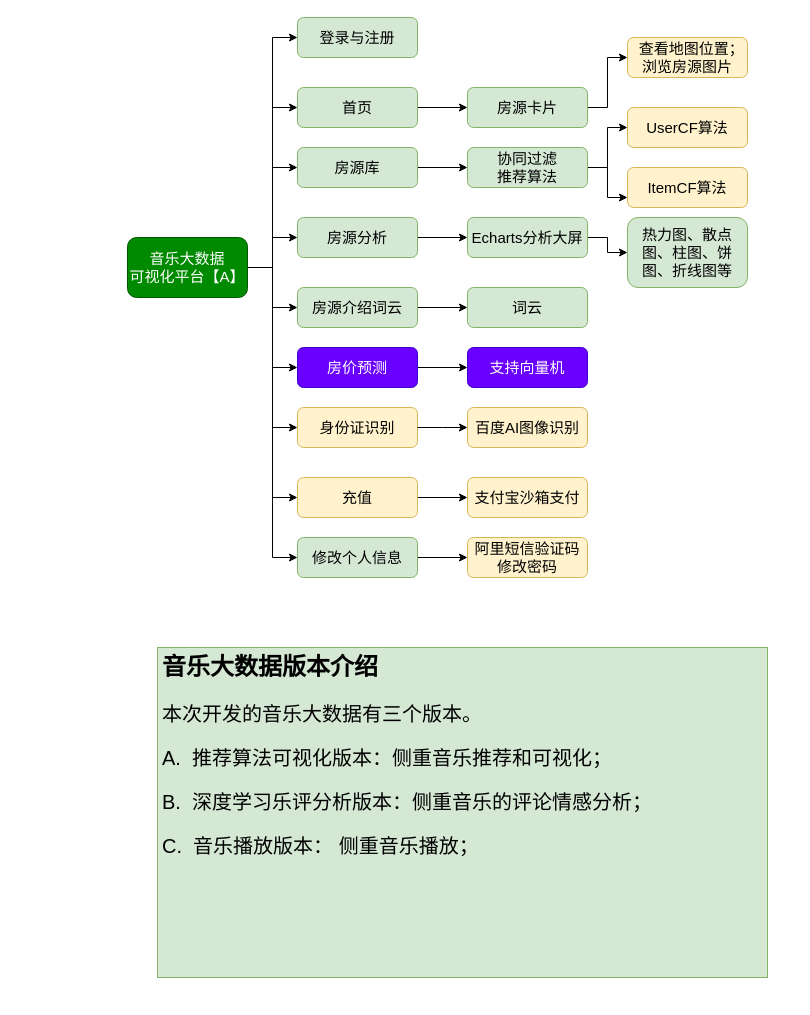
This is flask-音乐大数据【A】.drawio from redcomet88/DRAW, a draw.io file, before an edit. Source tidied: cells renumbered, new cells numbered last; positions are measured from the earlier drawing's top-left corner, leaving out a move shared by most shapes. Both pictures are drawn from the tidied source at 100%, with x=0, y=0 at pixel (127, 17).
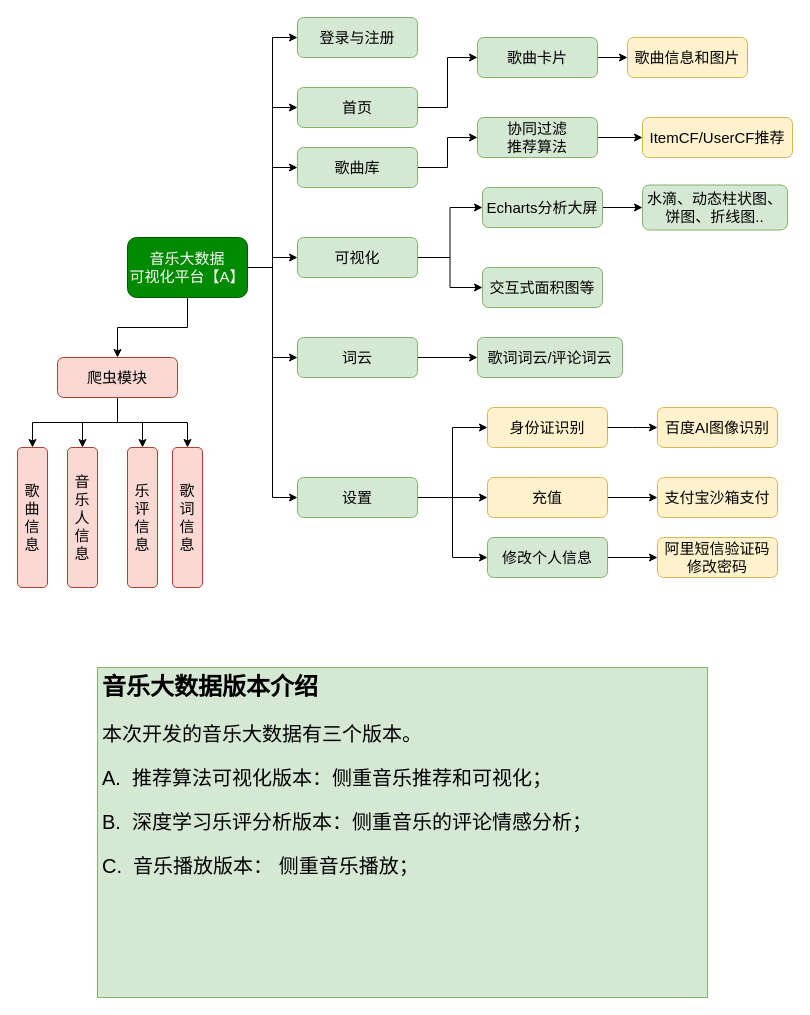
The same page after the edit.

Commit message:
Update flask-音乐大数据【A】.drawio

The change refers to these unchanged cells:
```xml
<mxCell id="11" value="音乐大数据&lt;br&gt;可视化平台【A】" style="rounded=1;whiteSpace=wrap;html=1;fontSize=15;fillColor=#008a00;strokeColor=#005700;fontColor=#ffffff;" parent="1" vertex="1">
  <mxGeometry y="220" width="120" height="60" as="geometry" />
</mxCell>
```

What changed in the source:
```diff
@@
-    <mxCell id="6" style="edgeStyle=orthogonalEdgeStyle;rounded=0;jettySize=auto;html=1;exitX=1;exitY=0.5;exitDx=0;exitDy=0;entryX=0;entryY=0.5;entryDx=0;entryDy=0;" parent="1" edge="1" source="11" target="21">
+    <mxCell id="6" style="edgeStyle=orthogonalEdgeStyle;rounded=0;jettySize=auto;html=1;entryX=0;entryY=0.5;entryDx=0;entryDy=0;exitX=1;exitY=0.5;exitDx=0;exitDy=0;" parent="1" edge="1" source="58" target="21">
       <mxGeometry relative="1" as="geometry" />
     </mxCell>
@@
-    <mxCell id="8" style="edgeStyle=orthogonalEdgeStyle;rounded=0;jettySize=auto;html=1;exitX=1;exitY=0.5;exitDx=0;exitDy=0;entryX=0;entryY=0.5;entryDx=0;entryDy=0;" parent="1" edge="1" source="11" target="33">
+    <mxCell id="8" style="edgeStyle=orthogonalEdgeStyle;rounded=0;jettySize=auto;html=1;exitX=1;exitY=0.5;exitDx=0;exitDy=0;entryX=0;entryY=0.5;entryDx=0;entryDy=0;" parent="1" edge="1" source="58" target="33">
       <mxGeometry relative="1" as="geometry" />
     </mxCell>
-    <mxCell id="9" style="edgeStyle=orthogonalEdgeStyle;rounded=0;jettySize=auto;html=1;exitX=1;exitY=0.5;exitDx=0;exitDy=0;entryX=0;entryY=0.5;entryDx=0;entryDy=0;" parent="1" edge="1" source="11" target="37">
-      <mxGeometry relative="1" as="geometry" />
+    <mxCell id="9" style="edgeStyle=orthogonalEdgeStyle;rounded=0;jettySize=auto;html=1;entryX=0;entryY=0.5;entryDx=0;entryDy=0;exitX=1;exitY=0.5;exitDx=0;exitDy=0;" parent="1" edge="1" source="58" target="37">
+      <mxGeometry relative="1" as="geometry">
+        <Array as="points">
+          <mxPoint x="290" y="480" />
+          <mxPoint x="290" y="480" />
+        </Array>
+      </mxGeometry>
     </mxCell>
-    <mxCell id="10" style="edgeStyle=orthogonalEdgeStyle;rounded=0;jettySize=auto;html=1;exitX=1;exitY=0.5;exitDx=0;exitDy=0;entryX=0;entryY=0.5;entryDx=0;entryDy=0;fontSize=15;" parent="1" edge="1" source="11" target="43">
-      <mxGeometry relative="1" as="geometry" />
-    </mxCell>
+    <mxCell id="46" style="edgeStyle=orthogonalEdgeStyle;rounded=0;jettySize=auto;html=1;exitX=0.5;exitY=1;exitDx=0;exitDy=0;entryX=0.5;entryY=0;entryDx=0;entryDy=0;fontSize=20;" parent="1" edge="1" source="11" target="53">
+      <mxGeometry relative="1" as="geometry" />
+    </mxCell>
+    <mxCell id="47" style="edgeStyle=orthogonalEdgeStyle;rounded=0;jettySize=auto;html=1;exitX=1;exitY=0.5;exitDx=0;exitDy=0;entryX=0;entryY=0.5;entryDx=0;entryDy=0;fontSize=20;" parent="1" edge="1" source="11" target="58">
+      <mxGeometry relative="1" as="geometry" />
+    </mxCell>
@@
+    <mxCell id="48" style="edgeStyle=orthogonalEdgeStyle;rounded=0;jettySize=auto;html=1;exitX=1;exitY=0.5;exitDx=0;exitDy=0;entryX=0;entryY=0.5;entryDx=0;entryDy=0;fontSize=20;" parent="1" edge="1" source="16" target="59">
+      <mxGeometry relative="1" as="geometry" />
+    </mxCell>
-    <mxCell id="16" value="房源分析" style="rounded=1;whiteSpace=wrap;html=1;fontSize=15;fillColor=#d5e8d4;strokeColor=#82b366;" parent="1" vertex="1">
-      <mxGeometry x="170" y="200" width="120" height="40" as="geometry" />
+    <mxCell id="16" value="可视化" style="rounded=1;whiteSpace=wrap;html=1;fontSize=15;fillColor=#d5e8d4;strokeColor=#82b366;" parent="1" vertex="1">
+      <mxGeometry x="170" y="220" width="120" height="40" as="geometry" />
     </mxCell>
@@
-    <mxCell id="18" value="房源卡片" style="rounded=1;whiteSpace=wrap;html=1;fontSize=15;fillColor=#d5e8d4;strokeColor=#82b366;" parent="1" vertex="1">
-      <mxGeometry x="340" y="70" width="120" height="40" as="geometry" />
+    <mxCell id="18" value="歌曲卡片" style="rounded=1;whiteSpace=wrap;html=1;fontSize=15;fillColor=#d5e8d4;strokeColor=#82b366;" parent="1" vertex="1">
+      <mxGeometry x="350" y="20" width="120" height="40" as="geometry" />
     </mxCell>
@@
-    <mxCell id="20" value="房源介绍词云" style="rounded=1;whiteSpace=wrap;html=1;fontSize=15;fillColor=#d5e8d4;strokeColor=#82b366;" parent="1" vertex="1">
-      <mxGeometry x="170" y="270" width="120" height="40" as="geometry" />
+    <mxCell id="20" value="词云" style="rounded=1;whiteSpace=wrap;html=1;fontSize=15;fillColor=#d5e8d4;strokeColor=#82b366;" parent="1" vertex="1">
+      <mxGeometry x="170" y="320" width="120" height="40" as="geometry" />
     </mxCell>
     <mxCell id="21" value="身份证识别" style="rounded=1;whiteSpace=wrap;html=1;fontSize=15;fillColor=#fff2cc;strokeColor=#d6b656;" parent="1" vertex="1">
-      <mxGeometry x="170" y="390" width="120" height="40" as="geometry" />
+      <mxGeometry x="360" y="390" width="120" height="40" as="geometry" />
     </mxCell>
-    <mxCell id="22" value="词云" style="rounded=1;whiteSpace=wrap;html=1;fontSize=15;fillColor=#d5e8d4;strokeColor=#82b366;" parent="1" vertex="1">
-      <mxGeometry x="340" y="270" width="120" height="40" as="geometry" />
+    <mxCell id="22" value="歌词词云/评论词云" style="rounded=1;whiteSpace=wrap;html=1;fontSize=15;fillColor=#d5e8d4;strokeColor=#82b366;" parent="1" vertex="1">
+      <mxGeometry x="350" y="320" width="145" height="40" as="geometry" />
     </mxCell>
@@
     <mxCell id="24" value="Echarts分析大屏" style="rounded=1;whiteSpace=wrap;html=1;fontSize=15;fillColor=#d5e8d4;strokeColor=#82b366;" parent="1" vertex="1">
-      <mxGeometry x="340" y="200" width="120" height="40" as="geometry" />
+      <mxGeometry x="355" y="170" width="120" height="40" as="geometry" />
     </mxCell>
@@
-    <mxCell id="26" value="房源库" style="rounded=1;whiteSpace=wrap;html=1;fontSize=15;fillColor=#d5e8d4;strokeColor=#82b366;" parent="1" vertex="1">
+    <mxCell id="26" value="歌曲库" style="rounded=1;whiteSpace=wrap;html=1;fontSize=15;fillColor=#d5e8d4;strokeColor=#82b366;" parent="1" vertex="1">
       <mxGeometry x="170" y="130" width="120" height="40" as="geometry" />
     </mxCell>
-    <mxCell id="27" style="edgeStyle=orthogonalEdgeStyle;rounded=0;jettySize=auto;html=1;exitX=1;exitY=0.5;exitDx=0;exitDy=0;entryX=0;entryY=0.5;entryDx=0;entryDy=0;" parent="1" edge="1" source="29" target="34">
-      <mxGeometry relative="1" as="geometry" />
-    </mxCell>
-    <mxCell id="28" style="edgeStyle=orthogonalEdgeStyle;rounded=0;jettySize=auto;html=1;exitX=1;exitY=0.5;exitDx=0;exitDy=0;entryX=0;entryY=0.75;entryDx=0;entryDy=0;" parent="1" edge="1" source="29" target="35">
+    <mxCell id="28" style="edgeStyle=orthogonalEdgeStyle;rounded=0;jettySize=auto;html=1;exitX=1;exitY=0.5;exitDx=0;exitDy=0;entryX=0;entryY=0.5;entryDx=0;entryDy=0;" parent="1" edge="1" source="29" target="35">
       <mxGeometry relative="1" as="geometry" />
     </mxCell>
     <mxCell id="29" value="协同过滤&lt;br&gt;推荐算法" style="rounded=1;whiteSpace=wrap;html=1;fontSize=15;fillColor=#d5e8d4;strokeColor=#82b366;" parent="1" vertex="1">
-      <mxGeometry x="340" y="130" width="120" height="40" as="geometry" />
+      <mxGeometry x="350" y="100" width="120" height="40" as="geometry" />
     </mxCell>
     <mxCell id="30" value="百度AI图像识别" style="rounded=1;whiteSpace=wrap;html=1;fontSize=15;fillColor=#fff2cc;strokeColor=#d6b656;" parent="1" vertex="1">
-      <mxGeometry x="340" y="390" width="120" height="40" as="geometry" />
+      <mxGeometry x="530" y="390" width="120" height="40" as="geometry" />
     </mxCell>
     <mxCell id="31" style="edgeStyle=orthogonalEdgeStyle;rounded=0;jettySize=auto;html=1;exitX=1;exitY=0.5;exitDx=0;exitDy=0;" parent="1" edge="1" source="21">
       <mxGeometry relative="1" as="geometry">
-        <mxPoint x="340" y="410" as="targetPoint" />
+        <mxPoint x="530" y="410" as="targetPoint" />
       </mxGeometry>
     </mxCell>
@@
     <mxCell id="33" value="修改个人信息" style="rounded=1;whiteSpace=wrap;html=1;fontSize=15;fillColor=#d5e8d4;strokeColor=#82b366;" parent="1" vertex="1">
-      <mxGeometry x="170" y="520" width="120" height="40" as="geometry" />
+      <mxGeometry x="360" y="520" width="120" height="40" as="geometry" />
     </mxCell>
-    <mxCell id="34" value="UserCF算法" style="rounded=1;whiteSpace=wrap;html=1;fontSize=15;fillColor=#fff2cc;strokeColor=#d6b656;" parent="1" vertex="1">
-      <mxGeometry x="500" y="90" width="120" height="40" as="geometry" />
-    </mxCell>
-    <mxCell id="35" value="ItemCF算法" style="rounded=1;whiteSpace=wrap;html=1;fontSize=15;fillColor=#fff2cc;strokeColor=#d6b656;" parent="1" vertex="1">
-      <mxGeometry x="500" y="150" width="120" height="40" as="geometry" />
+    <mxCell id="35" value="ItemCF/UserCF推荐" style="rounded=1;whiteSpace=wrap;html=1;fontSize=15;fillColor=#fff2cc;strokeColor=#d6b656;" parent="1" vertex="1">
+      <mxGeometry x="515" y="100" width="150" height="40" as="geometry" />
     </mxCell>
@@
     <mxCell id="37" value="充值" style="rounded=1;whiteSpace=wrap;html=1;fontSize=15;fillColor=#fff2cc;strokeColor=#d6b656;" parent="1" vertex="1">
-      <mxGeometry x="170" y="460" width="120" height="40" as="geometry" />
+      <mxGeometry x="360" y="460" width="120" height="40" as="geometry" />
     </mxCell>
     <mxCell id="38" value="支付宝沙箱支付" style="rounded=1;whiteSpace=wrap;html=1;fontSize=15;fillColor=#fff2cc;strokeColor=#d6b656;" parent="1" vertex="1">
-      <mxGeometry x="340" y="460" width="120" height="40" as="geometry" />
+      <mxGeometry x="530" y="460" width="120" height="40" as="geometry" />
     </mxCell>
-    <mxCell id="39" value="&amp;nbsp; 查看地图位置；浏览房源图片" style="rounded=1;whiteSpace=wrap;html=1;fontSize=15;fillColor=#fff2cc;strokeColor=#d6b656;" parent="1" vertex="1">
+    <mxCell id="39" value="歌曲信息和图片" style="rounded=1;whiteSpace=wrap;html=1;fontSize=15;fillColor=#fff2cc;strokeColor=#d6b656;" parent="1" vertex="1">
       <mxGeometry x="500" y="20" width="120" height="40" as="geometry" />
     </mxCell>
-    <mxCell id="40" value="热力图、散点图、柱图、饼图、折线图等" style="rounded=1;whiteSpace=wrap;html=1;fontSize=15;fillColor=#d5e8d4;strokeColor=#82b366;" parent="1" vertex="1">
-      <mxGeometry x="500" y="200" width="120" height="70" as="geometry" />
+    <mxCell id="40" value="水滴、动态柱状图、饼图、折线图.." style="rounded=1;whiteSpace=wrap;html=1;fontSize=15;fillColor=#d5e8d4;strokeColor=#82b366;" parent="1" vertex="1">
+      <mxGeometry x="515" y="167.5" width="145" height="45" as="geometry" />
     </mxCell>
     <mxCell id="41" value="阿里短信验证码修改密码" style="rounded=1;whiteSpace=wrap;html=1;fontSize=15;fillColor=#fff2cc;strokeColor=#d6b656;" parent="1" vertex="1">
-      <mxGeometry x="340" y="520" width="120" height="40" as="geometry" />
+      <mxGeometry x="530" y="520" width="120" height="40" as="geometry" />
     </mxCell>
-    <mxCell id="42" style="edgeStyle=orthogonalEdgeStyle;rounded=0;jettySize=auto;html=1;exitX=1;exitY=0.5;exitDx=0;exitDy=0;entryX=0;entryY=0.5;entryDx=0;entryDy=0;fontSize=15;" parent="1" edge="1" source="43" target="44">
-      <mxGeometry relative="1" as="geometry" />
-    </mxCell>
-    <mxCell id="43" value="房价预测" style="rounded=1;whiteSpace=wrap;html=1;fontSize=15;fillColor=#6a00ff;strokeColor=#3700CC;fontColor=#ffffff;" parent="1" vertex="1">
-      <mxGeometry x="170" y="330" width="120" height="40" as="geometry" />
-    </mxCell>
-    <mxCell id="44" value="支持向量机" style="rounded=1;whiteSpace=wrap;html=1;fontSize=15;fillColor=#6a00ff;strokeColor=#3700CC;fontColor=#ffffff;" parent="1" vertex="1">
-      <mxGeometry x="340" y="330" width="120" height="40" as="geometry" />
-    </mxCell>
     <mxCell id="45" value="&lt;h1&gt;音乐大数据版本介绍&lt;/h1&gt;&lt;p style=&quot;font-size: 20px&quot;&gt;&lt;font style=&quot;font-size: 20px&quot;&gt;本次开发的音乐大数据有三个版本。&lt;/font&gt;&lt;/p&gt;&lt;p style=&quot;font-size: 20px&quot;&gt;A.&amp;nbsp; 推荐算法可视化版本：侧重音乐推荐和可视化；&lt;/p&gt;&lt;p style=&quot;font-size: 20px&quot;&gt;B.&amp;nbsp; 深度学习乐评分析版本：侧重音乐的评论情感分析；&lt;/p&gt;&lt;p style=&quot;font-size: 20px&quot;&gt;C.&amp;nbsp; 音乐播放版本： 侧重音乐播放；&lt;/p&gt;&lt;p style=&quot;font-size: 20px&quot;&gt;&lt;br&gt;&lt;/p&gt;&lt;p style=&quot;font-size: 20px&quot;&gt;&lt;br&gt;&lt;/p&gt;&lt;p style=&quot;font-size: 20px&quot;&gt;&lt;font style=&quot;font-size: 20px&quot;&gt;&amp;nbsp; &amp;nbsp; &amp;nbsp; &amp;nbsp;&amp;nbsp;&lt;/font&gt;&lt;/p&gt;&lt;p style=&quot;font-size: 20px&quot;&gt;&lt;br&gt;&lt;/p&gt;&lt;p style=&quot;font-size: 20px&quot;&gt;&lt;br&gt;&lt;/p&gt;" style="text;html=1;strokeColor=#82b366;fillColor=#d5e8d4;spacing=5;spacingTop=-20;whiteSpace=wrap;overflow=hidden;rounded=0;" parent="1" vertex="1">
-      <mxGeometry x="30" y="630" width="610" height="330" as="geometry" />
+      <mxGeometry x="-30" y="650" width="610" height="330" as="geometry" />
     </mxCell>
+    <mxCell id="49" style="edgeStyle=orthogonalEdgeStyle;rounded=0;jettySize=auto;html=1;exitX=0.5;exitY=1;exitDx=0;exitDy=0;entryX=0.5;entryY=0;entryDx=0;entryDy=0;fontSize=20;" parent="1" edge="1" source="53" target="54">
+      <mxGeometry relative="1" as="geometry" />
+    </mxCell>
+    <mxCell id="50" style="edgeStyle=orthogonalEdgeStyle;rounded=0;jettySize=auto;html=1;exitX=0.5;exitY=1;exitDx=0;exitDy=0;entryX=0.5;entryY=0;entryDx=0;entryDy=0;fontSize=20;" parent="1" edge="1" source="53" target="55">
+      <mxGeometry relative="1" as="geometry" />
+    </mxCell>
+    <mxCell id="51" style="edgeStyle=orthogonalEdgeStyle;rounded=0;jettySize=auto;html=1;exitX=0.5;exitY=1;exitDx=0;exitDy=0;entryX=0.5;entryY=0;entryDx=0;entryDy=0;fontSize=20;" parent="1" edge="1" source="53" target="56">
+      <mxGeometry relative="1" as="geometry" />
+    </mxCell>
+    <mxCell id="52" style="edgeStyle=orthogonalEdgeStyle;rounded=0;jettySize=auto;html=1;exitX=0.5;exitY=1;exitDx=0;exitDy=0;entryX=0.5;entryY=0;entryDx=0;entryDy=0;fontSize=20;" parent="1" edge="1" source="53" target="57">
+      <mxGeometry relative="1" as="geometry" />
+    </mxCell>
+    <mxCell id="53" value="爬虫模块" style="rounded=1;whiteSpace=wrap;html=1;fontSize=15;fillColor=#fad9d5;strokeColor=#ae4132;" parent="1" vertex="1">
+      <mxGeometry x="-70" y="340" width="120" height="40" as="geometry" />
+    </mxCell>
+    <mxCell id="54" value="歌曲信息" style="rounded=1;whiteSpace=wrap;html=1;fontSize=15;fillColor=#fad9d5;strokeColor=#ae4132;" parent="1" vertex="1">
+      <mxGeometry x="-110" y="430" width="30" height="140" as="geometry" />
+    </mxCell>
+    <mxCell id="55" value="音乐人信息" style="rounded=1;whiteSpace=wrap;html=1;fontSize=15;fillColor=#fad9d5;strokeColor=#ae4132;" parent="1" vertex="1">
+      <mxGeometry x="-60" y="430" width="30" height="140" as="geometry" />
+    </mxCell>
+    <mxCell id="56" value="乐评信息" style="rounded=1;whiteSpace=wrap;html=1;fontSize=15;fillColor=#fad9d5;strokeColor=#ae4132;" parent="1" vertex="1">
+      <mxGeometry y="430" width="30" height="140" as="geometry" />
+    </mxCell>
+    <mxCell id="57" value="歌词信息" style="rounded=1;whiteSpace=wrap;html=1;fontSize=15;fillColor=#fad9d5;strokeColor=#ae4132;" parent="1" vertex="1">
+      <mxGeometry x="45" y="430" width="30" height="140" as="geometry" />
+    </mxCell>
+    <mxCell id="58" value="设置" style="rounded=1;whiteSpace=wrap;html=1;fontSize=15;fillColor=#d5e8d4;strokeColor=#82b366;" parent="1" vertex="1">
+      <mxGeometry x="170" y="460" width="120" height="40" as="geometry" />
+    </mxCell>
+    <mxCell id="59" value="交互式面积图等" style="rounded=1;whiteSpace=wrap;html=1;fontSize=15;fillColor=#d5e8d4;strokeColor=#82b366;" parent="1" vertex="1">
+      <mxGeometry x="355" y="250" width="120" height="40" as="geometry" />
+    </mxCell>
```
